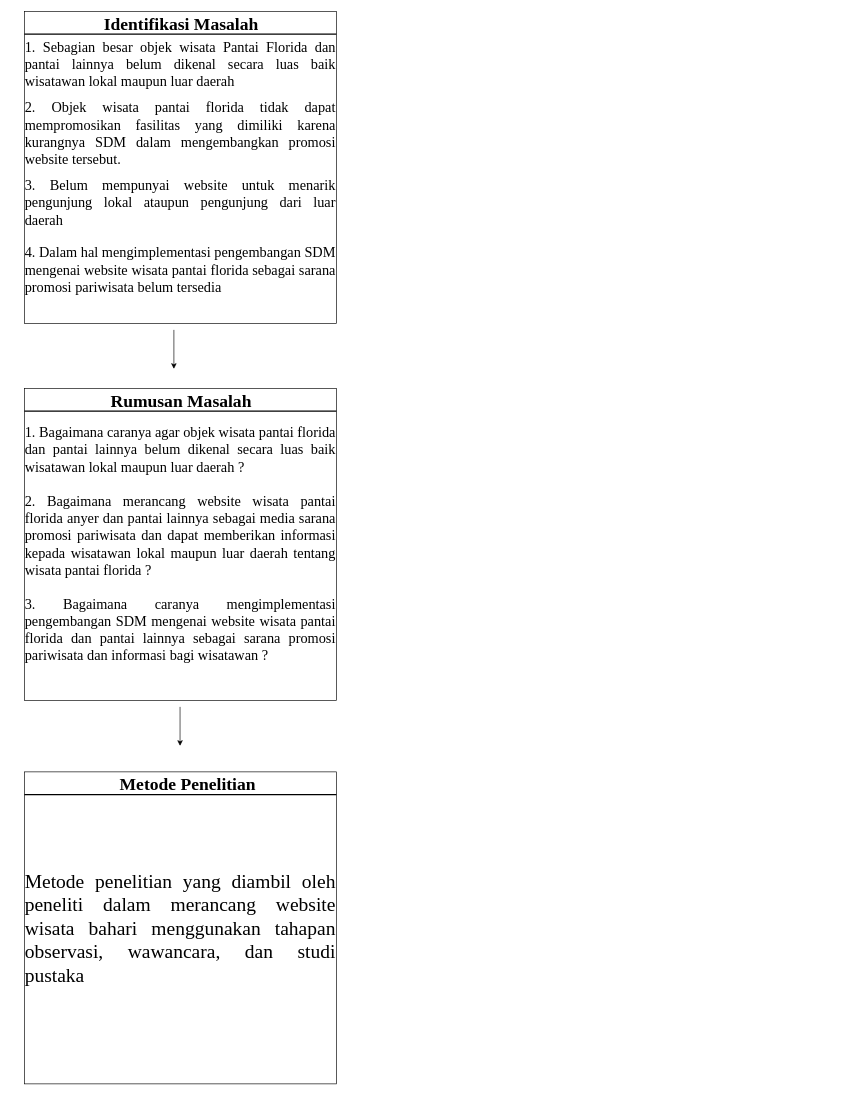
Earlier version of the draw.io diagram page "Page-71" (1 of 63) of Untitled Diagram.drawio (Jeremia0910/SJSI). Source tidied: cells renumbered, new cells numbered last; positions are measured from the earlier drawing's top-left corner, leaving out a move shared by most shapes. Both pictures are drawn from the tidied source at 65%, with x=0, y=0 at pixel (24, 11).
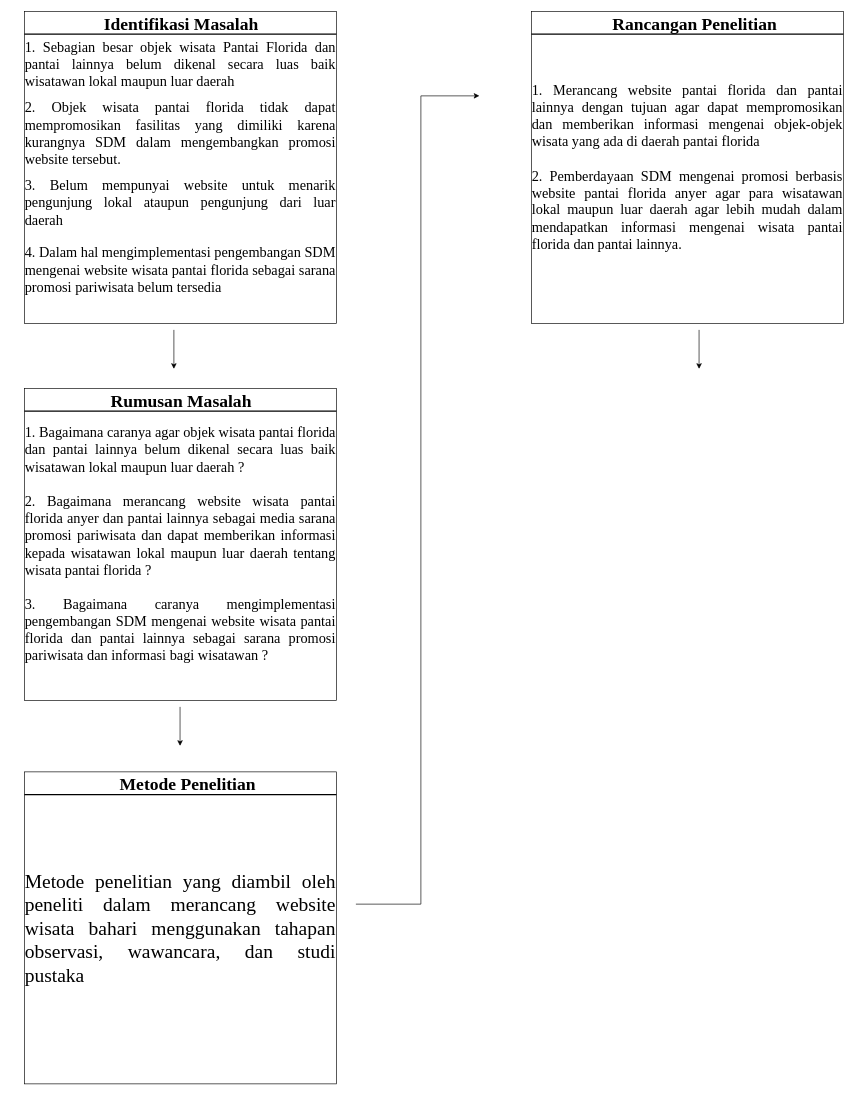
Above is the later version.

Change to the diagram source:
```diff
@@
+    <mxCell id="13" style="endArrow=classic;html=1;rounded=0;edgeStyle=elbowEdgeStyle;" parent="1" edge="1">
+      <mxGeometry relative="1" as="geometry">
+        <mxPoint x="510" y="1373.5" as="sourcePoint" />
+        <mxPoint x="700" y="130" as="targetPoint" />
+        <Array as="points">
+          <mxPoint x="610" y="620" />
+        </Array>
+      </mxGeometry>
+    </mxCell>
+    <mxCell id="14" value="&lt;div align=&quot;justify&quot;&gt;&lt;font style=&quot;font-size: 22px;&quot; face=&quot;Times New Roman&quot;&gt;1. Merancang website pantai florida dan pantai lainnya dengan tujuan agar dapat mempromosikan dan memberikan informasi mengenai objek-objek wisata yang ada di daerah pantai florida&lt;/font&gt;&lt;/div&gt;&lt;div align=&quot;justify&quot;&gt;&lt;font style=&quot;font-size: 22px;&quot; face=&quot;Times New Roman&quot;&gt;&lt;br&gt;&lt;/font&gt;&lt;/div&gt;&lt;div align=&quot;justify&quot;&gt;&lt;font style=&quot;font-size: 22px;&quot; face=&quot;Times New Roman&quot;&gt;2. Pemberdayaan SDM mengenai promosi berbasis website pantai florida anyer agar para wisatawan lokal maupun luar daerah agar lebih mudah dalam mendapatkan informasi mengenai wisata pantai florida dan pantai lainnya.&lt;br&gt;&lt;/font&gt;&lt;/div&gt;" style="whiteSpace=wrap;html=1;" parent="1" vertex="1">
+      <mxGeometry x="780" width="480" height="480" as="geometry" />
+    </mxCell>
+    <mxCell id="15" style="line;strokeWidth=2;html=1;" parent="1" vertex="1">
+      <mxGeometry x="780" y="30" width="480" height="10" as="geometry" />
+    </mxCell>
+    <mxCell id="16" value="&lt;font style=&quot;font-size: 27px;&quot; face=&quot;Times New Roman&quot;&gt;&lt;span style=&quot;white-space: pre;&quot;&gt;&#9;&lt;/span&gt;&lt;span style=&quot;white-space: pre;&quot;&gt;&#9;&lt;/span&gt;&lt;span style=&quot;white-space: pre;&quot;&gt;&#9;&lt;/span&gt;Rancangan Penelitian&lt;br&gt;&lt;/font&gt;" style="text;html=1;fontSize=24;fontStyle=1;verticalAlign=middle;align=center;" parent="1" vertex="1">
+      <mxGeometry x="915" y="10" width="70" height="20" as="geometry" />
+    </mxCell>
+    <mxCell id="17" style="endArrow=classic;html=1;rounded=0;" parent="1" edge="1">
+      <mxGeometry relative="1" as="geometry">
+        <mxPoint x="1038" y="490" as="sourcePoint" />
+        <mxPoint x="1038" y="550" as="targetPoint" />
+      </mxGeometry>
+    </mxCell>
```
